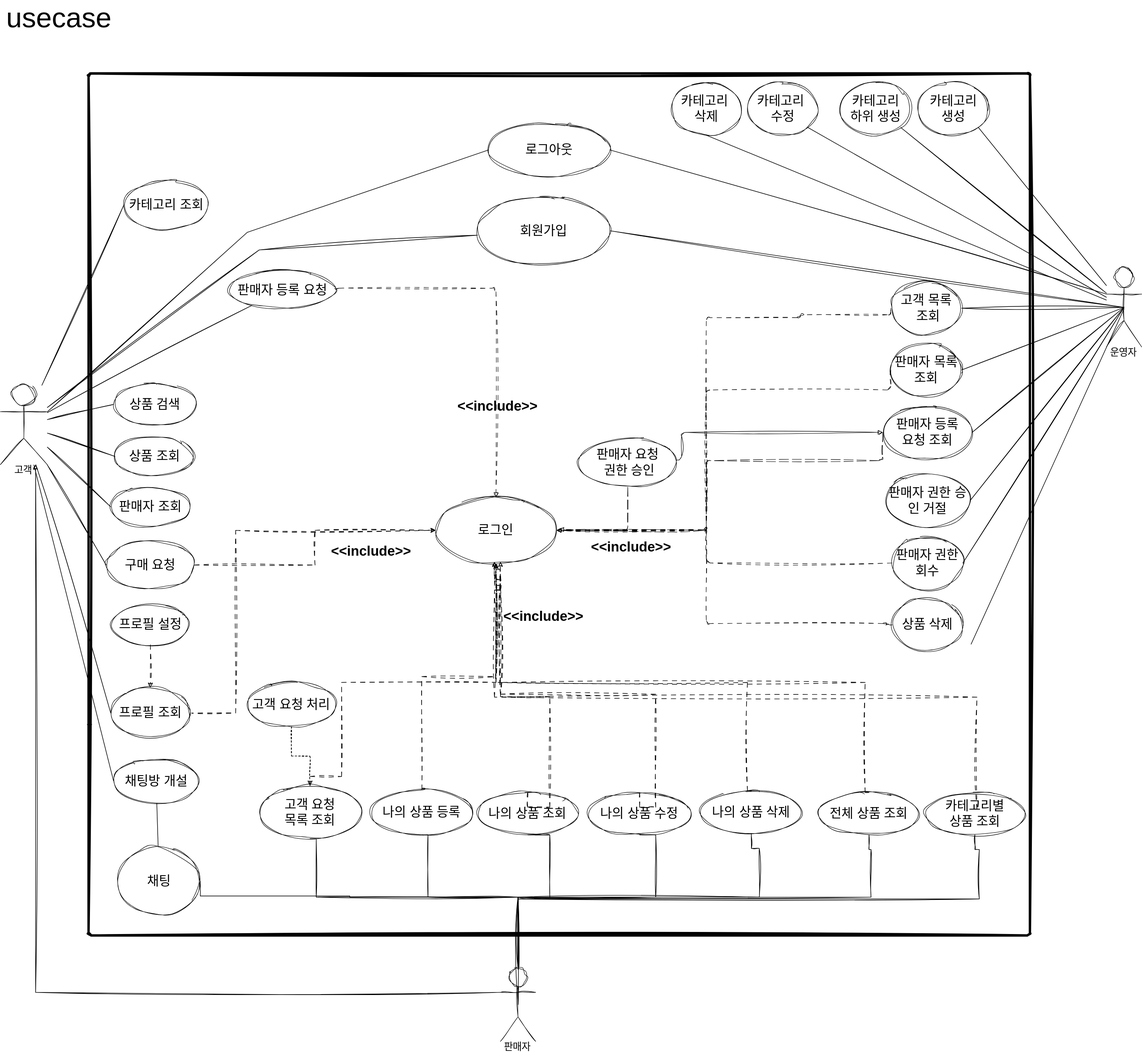
The draw.io diagram document/usecase.drawio.svg in sang-hwann/spring_matchingProject, before a commit. Source tidied: cells renumbered, new cells last; positions are measured from the earlier drawing's top-left corner, leaving out a move shared by most shapes.
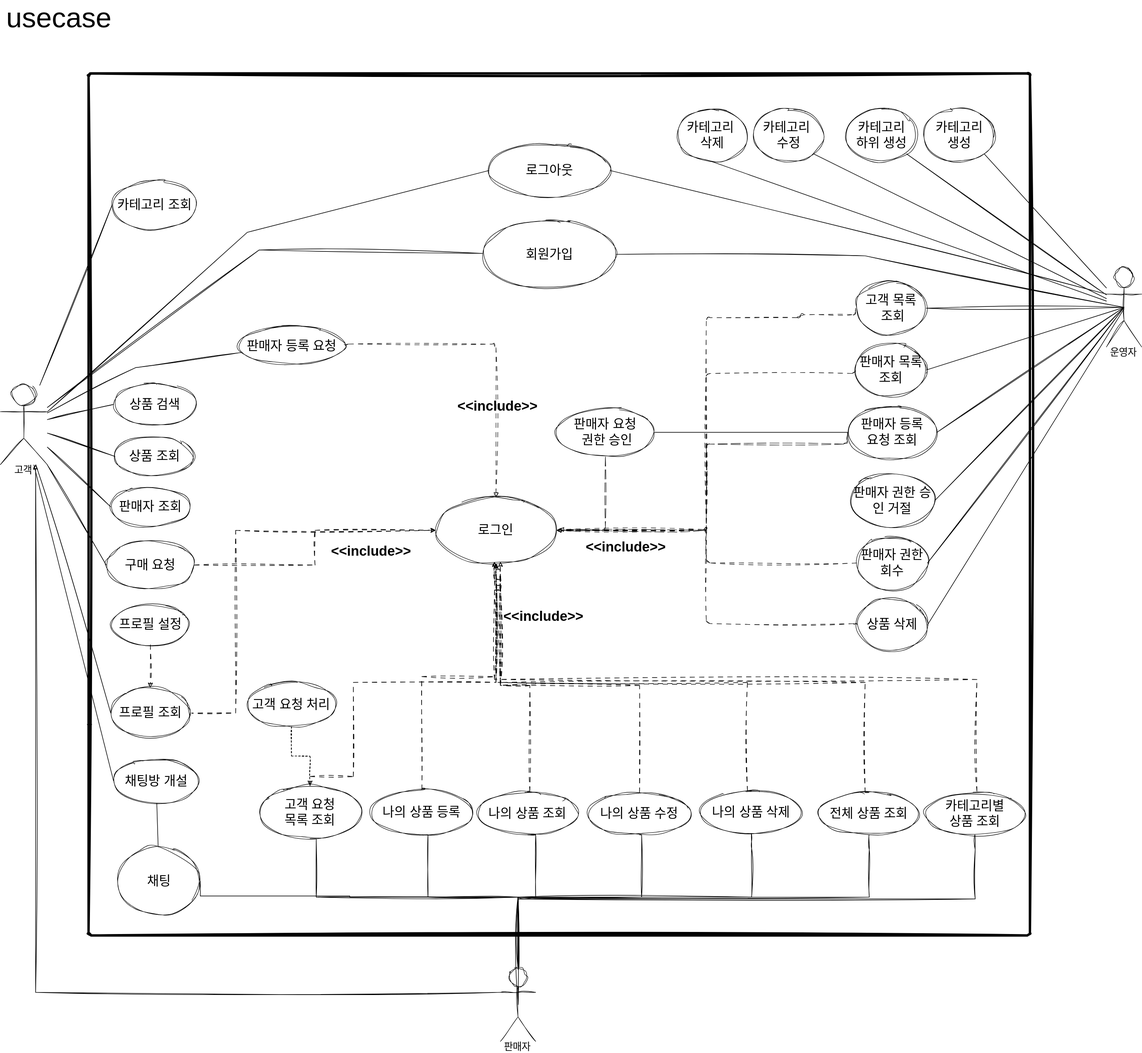
After the change.

Commit message:
usecase.drawio.svg이 수정되었습니다.

Diff of the diagram source:
```diff
@@ -6,26 +6,22 @@
       <mxGeometry x="150" y="110" width="1600" height="1465" as="geometry" />
     </mxCell>
     <mxCell id="3" value="판매자 요청&lt;br&gt;&amp;nbsp;권한 승인" style="html=1;overflow=block;blockSpacing=1;whiteSpace=wrap;ellipse;fontSize=21.8;spacing=3.8;strokeOpacity=100;rounded=1;absoluteArcSize=1;arcSize=9;strokeWidth=0.8;lucidId=w9go.DgoFcjV;sketch=1;curveFitting=1;jiggle=2;labelBackgroundColor=none;" parent="2" vertex="1">
-      <mxGeometry x="833" y="620" width="167" height="82.5" as="geometry" />
+      <mxGeometry x="795" y="568.8" width="167" height="82.5" as="geometry" />
     </mxCell>
+    <mxCell id="98" style="edgeStyle=orthogonalEdgeStyle;rounded=0;jettySize=auto;html=1;entryX=1;entryY=0.5;entryDx=0;entryDy=0;endArrow=none;endFill=0;" parent="2" edge="1" source="4" target="3">
+      <mxGeometry relative="1" as="geometry" />
+    </mxCell>
     <mxCell id="4" value="판매자 등록 &lt;br&gt;요청 조회" style="html=1;overflow=block;blockSpacing=1;whiteSpace=wrap;ellipse;fontSize=21.8;spacing=3.8;strokeOpacity=100;rounded=1;absoluteArcSize=1;arcSize=9;strokeWidth=0.8;lucidId=i9gofLfx3.Ah;sketch=1;curveFitting=1;jiggle=2;labelBackgroundColor=none;" parent="2" vertex="1">
-      <mxGeometry x="1350" y="565" width="152" height="90" as="geometry" />
+      <mxGeometry x="1290" y="565" width="152" height="90" as="geometry" />
     </mxCell>
-    <mxCell id="5" style="html=1;jettySize=18;whiteSpace=wrap;fontSize=13;strokeOpacity=100;strokeWidth=0.8;rounded=1;arcSize=12;edgeStyle=orthogonalEdgeStyle;startArrow=none;endArrow=block;endFill=1;exitX=1;exitY=0.45;exitPerimeter=0;entryX=-0.002;entryY=0.5;entryPerimeter=0;lucidId=2eho5h3H.GRJ;exitDx=0;exitDy=0;entryDx=0;entryDy=0;sketch=1;curveFitting=1;jiggle=2;labelBackgroundColor=none;fontColor=default;" parent="2" edge="1" source="3" target="4">
-      <mxGeometry relative="1" as="geometry">
-        <Array as="points">
-          <mxPoint x="1008" y="658" />
-        </Array>
-      </mxGeometry>
-    </mxCell>
     <mxCell id="6" value="판매자 목록 조회" style="html=1;overflow=block;blockSpacing=1;whiteSpace=wrap;ellipse;fontSize=21.8;spacing=3.8;strokeOpacity=100;rounded=1;absoluteArcSize=1;arcSize=9;strokeWidth=0.8;lucidId=.8gojdtfUw_q;sketch=1;curveFitting=1;jiggle=2;labelBackgroundColor=none;" parent="2" vertex="1">
-      <mxGeometry x="1364" y="459" width="120" height="90" as="geometry" />
+      <mxGeometry x="1304" y="459" width="120" height="90" as="geometry" />
     </mxCell>
     <mxCell id="7" value="고객 목록&lt;br&gt;&amp;nbsp;조회" style="html=1;overflow=block;blockSpacing=1;whiteSpace=wrap;ellipse;fontSize=21.8;spacing=3.8;strokeOpacity=100;rounded=1;absoluteArcSize=1;arcSize=9;strokeWidth=0.8;lucidId=P8goFrlm60lL;sketch=1;curveFitting=1;jiggle=2;labelBackgroundColor=none;" parent="2" vertex="1">
-      <mxGeometry x="1364" y="354" width="120" height="90" as="geometry" />
+      <mxGeometry x="1304" y="354" width="120" height="90" as="geometry" />
     </mxCell>
     <mxCell id="8" value="판매자 권한 회수" style="html=1;overflow=block;blockSpacing=1;whiteSpace=wrap;ellipse;fontSize=21.8;spacing=3.8;strokeOpacity=100;rounded=1;absoluteArcSize=1;arcSize=9;strokeWidth=0.8;lucidId=99goH2fRx0Vz;sketch=1;curveFitting=1;jiggle=2;labelBackgroundColor=none;" parent="2" vertex="1">
-      <mxGeometry x="1366" y="787" width="120" height="90" as="geometry" />
+      <mxGeometry x="1306" y="787" width="120" height="90" as="geometry" />
     </mxCell>
     <mxCell id="9" value="나의 상품 등록" style="html=1;overflow=block;blockSpacing=1;whiteSpace=wrap;ellipse;fontSize=21.8;spacing=3.8;strokeOpacity=100;rounded=1;absoluteArcSize=1;arcSize=9;strokeWidth=0.8;lucidId=z_gopNpAN9gD;sketch=1;curveFitting=1;jiggle=2;labelBackgroundColor=none;" parent="2" vertex="1">
       <mxGeometry x="480" y="1217" width="173" height="77" as="geometry" />
@@ -43,7 +39,7 @@
       <mxGeometry x="290" y="1210.5" width="173" height="90" as="geometry" />
     </mxCell>
     <mxCell id="14" value="회원가입" style="html=1;overflow=block;blockSpacing=1;whiteSpace=wrap;ellipse;fontSize=21.8;spacing=3.8;strokeOpacity=100;rounded=1;absoluteArcSize=1;arcSize=9;strokeWidth=0.8;lucidId=MYgo89UrNag5;sketch=1;curveFitting=1;jiggle=2;labelBackgroundColor=none;" parent="2" vertex="1">
-      <mxGeometry x="660" y="210" width="227" height="115" as="geometry" />
+      <mxGeometry x="670" y="250" width="227" height="115" as="geometry" />
     </mxCell>
     <mxCell id="15" style="edgeStyle=orthogonalEdgeStyle;rounded=0;jettySize=auto;html=1;entryX=0;entryY=0.5;entryDx=0;entryDy=0;dashed=1;sketch=1;curveFitting=1;jiggle=2;labelBackgroundColor=none;fontColor=default;dashPattern=8 8;" parent="2" edge="1" target="19">
       <mxGeometry relative="1" as="geometry">
@@ -79,7 +75,8 @@
     <mxCell id="21" style="html=1;jettySize=18;whiteSpace=wrap;fontSize=13;strokeOpacity=100;dashed=1;fixDash=1;dashPattern=8 8;strokeWidth=0.8;rounded=1;arcSize=12;edgeStyle=orthogonalEdgeStyle;startArrow=none;endArrow=block;endFill=1;exitX=-0.003;exitY=0.5;exitPerimeter=0;entryX=1.003;entryY=0.5;entryPerimeter=0;lucidId=ZahoKSaU9Cmk;sketch=1;curveFitting=1;jiggle=2;labelBackgroundColor=none;fontColor=default;" parent="2" edge="1" source="6" target="19">
       <mxGeometry relative="1" as="geometry">
         <Array as="points">
-          <mxPoint x="1050" y="538" />
+          <mxPoint x="1304" y="510" />
+          <mxPoint x="1050" y="510" />
           <mxPoint x="1050" y="777" />
         </Array>
       </mxGeometry>
@@ -87,7 +84,8 @@
     <mxCell id="22" style="html=1;jettySize=18;whiteSpace=wrap;fontSize=13;strokeOpacity=100;dashed=1;fixDash=1;dashPattern=16 6;strokeWidth=0.8;rounded=1;arcSize=12;edgeStyle=orthogonalEdgeStyle;startArrow=none;endArrow=block;endFill=1;exitX=-0.002;exitY=0.5;exitPerimeter=0;entryX=1.003;entryY=0.5;entryPerimeter=0;lucidId=7ahoiVPfD8ur;sketch=1;curveFitting=1;jiggle=2;labelBackgroundColor=none;fontColor=default;" parent="2" edge="1" source="4" target="19">
       <mxGeometry relative="1" as="geometry">
         <Array as="points">
-          <mxPoint x="1050" y="658" />
+          <mxPoint x="1290" y="630" />
+          <mxPoint x="1050" y="630" />
           <mxPoint x="1050" y="777" />
         </Array>
       </mxGeometry>
@@ -112,8 +110,8 @@
       <mxGeometry relative="1" as="geometry">
         <Array as="points">
           <mxPoint x="377" y="1195" />
-          <mxPoint x="430" y="1195" />
-          <mxPoint x="430" y="1035" />
+          <mxPoint x="450" y="1195" />
+          <mxPoint x="450" y="1035" />
           <mxPoint x="693" y="1035" />
         </Array>
       </mxGeometry>
@@ -132,13 +130,13 @@
       </mxGeometry>
     </mxCell>
     <mxCell id="30" value="판매자 등록 요청&lt;br style=&quot;font-size: 22px;&quot;&gt;" style="ellipse;whiteSpace=wrap;html=1;fontSize=22;fontFamily=Helvetica;verticalAlign=top;spacing=0;rounded=1;arcSize=9;strokeWidth=0.8;spacingTop=16;sketch=1;curveFitting=1;jiggle=2;labelBackgroundColor=none;" parent="2" vertex="1">
-      <mxGeometry x="237.5" y="335" width="182.5" height="65" as="geometry" />
+      <mxGeometry x="253.8" y="430" width="182.5" height="65" as="geometry" />
     </mxCell>
     <mxCell id="31" style="html=1;jettySize=18;whiteSpace=wrap;fontSize=13;strokeOpacity=100;dashed=1;fixDash=1;dashPattern=8 8;strokeWidth=0.8;rounded=1;arcSize=12;edgeStyle=orthogonalEdgeStyle;startArrow=none;endArrow=block;endFill=1;exitX=1;exitY=0.5;lucidId=O~goc6QGYtnt;exitDx=0;exitDy=0;entryX=0.5;entryY=0;entryDx=0;entryDy=0;sketch=1;curveFitting=1;jiggle=2;labelBackgroundColor=none;fontColor=default;" parent="2" edge="1" source="30" target="19">
       <mxGeometry relative="1" as="geometry">
         <Array as="points">
-          <mxPoint x="420" y="365" />
-          <mxPoint x="693" y="365" />
+          <mxPoint x="436" y="460" />
+          <mxPoint x="693" y="460" />
         </Array>
       </mxGeometry>
     </mxCell>
@@ -170,7 +168,7 @@
       <mxGeometry x="45" y="617" width="135" height="68" as="geometry" />
     </mxCell>
     <mxCell id="39" value="로그아웃" style="html=1;overflow=block;blockSpacing=1;whiteSpace=wrap;ellipse;fontSize=21.8;spacing=3.8;strokeOpacity=100;rounded=1;absoluteArcSize=1;arcSize=9;strokeWidth=0.8;lucidId=MYgo89UrNag5;sketch=1;curveFitting=1;jiggle=2;labelBackgroundColor=none;" parent="2" vertex="1">
-      <mxGeometry x="680" y="85" width="206" height="90" as="geometry" />
+      <mxGeometry x="680.5" y="120" width="206" height="90" as="geometry" />
     </mxCell>
     <mxCell id="40" style="edgeStyle=orthogonalEdgeStyle;rounded=0;sketch=1;hachureGap=4;jiggle=2;curveFitting=1;jettySize=auto;html=1;exitX=0.5;exitY=1;exitDx=0;exitDy=0;fontFamily=Architects Daughter;fontSource=https%3A%2F%2Ffonts.googleapis.com%2Fcss%3Ffamily%3DArchitects%2BDaughter;fontSize=16;entryX=0.5;entryY=0;entryDx=0;entryDy=0;dashed=1;dashPattern=8 8;" parent="2" edge="1" source="17" target="16">
       <mxGeometry relative="1" as="geometry" />
@@ -179,22 +177,22 @@
       <mxGeometry x="42.5" y="526.5" width="140" height="72" as="geometry" />
     </mxCell>
     <mxCell id="42" value="판매자 권한 승인 거절" style="html=1;overflow=block;blockSpacing=1;whiteSpace=wrap;ellipse;fontSize=21.8;spacing=3.8;strokeOpacity=100;rounded=1;absoluteArcSize=1;arcSize=9;strokeWidth=0.8;lucidId=99goH2fRx0Vz;sketch=1;curveFitting=1;jiggle=2;labelBackgroundColor=none;" parent="2" vertex="1">
-      <mxGeometry x="1353.2" y="680.5" width="145.5" height="90" as="geometry" />
+      <mxGeometry x="1293.2" y="680.5" width="145.5" height="90" as="geometry" />
     </mxCell>
     <mxCell id="43" value="카테고리 조회" style="html=1;overflow=block;blockSpacing=1;whiteSpace=wrap;ellipse;fontSize=21.8;spacing=3.8;strokeOpacity=100;rounded=1;absoluteArcSize=1;arcSize=9;strokeWidth=0.8;lucidId=B6go~CMVWTHK;sketch=1;curveFitting=1;jiggle=2;labelBackgroundColor=none;" parent="2" vertex="1">
-      <mxGeometry x="60" y="182" width="145" height="83" as="geometry" />
+      <mxGeometry x="40" y="182" width="145" height="83" as="geometry" />
     </mxCell>
     <mxCell id="44" value="카테고리 &lt;br&gt;생성" style="html=1;overflow=block;blockSpacing=1;whiteSpace=wrap;ellipse;fontSize=21.8;spacing=3.8;strokeOpacity=100;rounded=1;absoluteArcSize=1;arcSize=9;strokeWidth=0.8;lucidId=P8goFrlm60lL;sketch=1;curveFitting=1;jiggle=2;labelBackgroundColor=none;" parent="2" vertex="1">
-      <mxGeometry x="1410" y="15" width="120" height="90" as="geometry" />
+      <mxGeometry x="1420" y="60" width="120" height="90" as="geometry" />
     </mxCell>
     <mxCell id="45" value="카테고리&amp;nbsp;&lt;br&gt;수정" style="html=1;overflow=block;blockSpacing=1;whiteSpace=wrap;ellipse;fontSize=21.8;spacing=3.8;strokeOpacity=100;rounded=1;absoluteArcSize=1;arcSize=9;strokeWidth=0.8;lucidId=P8goFrlm60lL;sketch=1;curveFitting=1;jiggle=2;labelBackgroundColor=none;" parent="2" vertex="1">
-      <mxGeometry x="1120" y="15" width="120" height="90" as="geometry" />
+      <mxGeometry x="1130" y="60" width="120" height="90" as="geometry" />
     </mxCell>
     <mxCell id="46" value="카테고리&amp;nbsp;&lt;br&gt;삭제" style="html=1;overflow=block;blockSpacing=1;whiteSpace=wrap;ellipse;fontSize=21.8;spacing=3.8;strokeOpacity=100;rounded=1;absoluteArcSize=1;arcSize=9;strokeWidth=0.8;lucidId=P8goFrlm60lL;sketch=1;curveFitting=1;jiggle=2;labelBackgroundColor=none;" parent="2" vertex="1">
-      <mxGeometry x="990" y="15" width="120" height="90" as="geometry" />
+      <mxGeometry x="1000" y="60" width="120" height="90" as="geometry" />
     </mxCell>
     <mxCell id="47" value="상품 삭제" style="html=1;overflow=block;blockSpacing=1;whiteSpace=wrap;ellipse;fontSize=21.8;spacing=3.8;strokeOpacity=100;rounded=1;absoluteArcSize=1;arcSize=9;strokeWidth=0.8;lucidId=P8goFrlm60lL;sketch=1;curveFitting=1;jiggle=2;labelBackgroundColor=none;" parent="2" vertex="1">
-      <mxGeometry x="1366" y="892" width="120" height="90" as="geometry" />
+      <mxGeometry x="1306" y="892" width="120" height="90" as="geometry" />
     </mxCell>
     <mxCell id="48" value="전체 상품 조회" style="html=1;overflow=block;blockSpacing=1;whiteSpace=wrap;ellipse;fontSize=21.8;spacing=3.8;strokeOpacity=100;rounded=1;absoluteArcSize=1;arcSize=9;strokeWidth=0.8;lucidId=Y_gob0pBp5JC;sketch=1;curveFitting=1;jiggle=2;labelBackgroundColor=none;" parent="2" vertex="1">
       <mxGeometry x="1240" y="1222" width="173" height="72" as="geometry" />
@@ -203,7 +201,7 @@
       <mxGeometry x="1420" y="1222" width="173" height="72" as="geometry" />
     </mxCell>
     <mxCell id="50" value="카테고리 &lt;br&gt;하위 생성" style="html=1;overflow=block;blockSpacing=1;whiteSpace=wrap;ellipse;fontSize=21.8;spacing=3.8;strokeOpacity=100;rounded=1;absoluteArcSize=1;arcSize=9;strokeWidth=0.8;lucidId=P8goFrlm60lL;sketch=1;curveFitting=1;jiggle=2;labelBackgroundColor=none;" parent="2" vertex="1">
-      <mxGeometry x="1278" y="15" width="120" height="90" as="geometry" />
+      <mxGeometry x="1288" y="60" width="120" height="90" as="geometry" />
     </mxCell>
     <mxCell id="51" value="채팅방 개설" style="html=1;overflow=block;blockSpacing=1;whiteSpace=wrap;ellipse;fontSize=21.8;spacing=3.8;strokeOpacity=100;rounded=1;absoluteArcSize=1;arcSize=9;strokeWidth=0.8;lucidId=B6go~CMVWTHK;sketch=1;curveFitting=1;jiggle=2;labelBackgroundColor=none;" parent="2" vertex="1">
       <mxGeometry x="42.5" y="1165" width="145" height="75" as="geometry" />
@@ -229,8 +227,7 @@
       <mxGeometry relative="1" as="geometry">
         <mxPoint x="800" y="775" as="targetPoint" />
         <Array as="points">
-          <mxPoint x="1356" y="937" />
-          <mxPoint x="1356" y="935" />
+          <mxPoint x="1306" y="935" />
           <mxPoint x="1050" y="935" />
           <mxPoint x="1050" y="775" />
         </Array>
@@ -256,7 +253,8 @@
       <mxGeometry relative="1" as="geometry">
         <Array as="points">
           <mxPoint x="880" y="1510" />
-          <mxPoint x="934" y="1510" />
+          <mxPoint x="910" y="1510" />
+          <mxPoint x="910" y="1404" />
         </Array>
       </mxGeometry>
     </mxCell>
@@ -292,7 +290,11 @@
       </mxGeometry>
     </mxCell>
     <mxCell id="66" style="edgeStyle=none;rounded=0;jettySize=auto;html=1;fontSize=18;endArrow=none;endFill=0;sketch=1;curveFitting=1;jiggle=2;labelBackgroundColor=none;fontColor=default;" parent="1" edge="1" source="71" target="30">
-      <mxGeometry relative="1" as="geometry" />
+      <mxGeometry relative="1" as="geometry">
+        <Array as="points">
+          <mxPoint x="230" y="610" />
+        </Array>
+      </mxGeometry>
     </mxCell>
     <mxCell id="67" style="edgeStyle=orthogonalEdgeStyle;rounded=0;jettySize=auto;html=1;endArrow=classic;endFill=1;exitX=0;exitY=0.3333333333333333;exitDx=0;exitDy=0;exitPerimeter=0;sketch=1;curveFitting=1;jiggle=2;labelBackgroundColor=none;fontColor=default;" parent="1" edge="1" source="60" target="71">
       <mxGeometry relative="1" as="geometry">
@@ -326,12 +328,15 @@
       <mxGeometry relative="1" as="geometry" />
     </mxCell>
     <mxCell id="76" style="edgeStyle=none;rounded=0;jettySize=auto;html=1;entryX=1;entryY=0.5;entryDx=0;entryDy=0;endArrow=none;endFill=0;sketch=1;curveFitting=1;jiggle=2;labelBackgroundColor=none;fontColor=default;exitX=0.5;exitY=0.5;exitDx=0;exitDy=0;exitPerimeter=0;" parent="1" edge="1" source="82" target="14">
-      <mxGeometry relative="1" as="geometry" />
+      <mxGeometry relative="1" as="geometry">
+        <Array as="points">
+          <mxPoint x="1470" y="420" />
+        </Array>
+      </mxGeometry>
     </mxCell>
-    <mxCell id="77" style="edgeStyle=none;rounded=0;sketch=1;orthogonalLoop=1;jettySize=auto;html=1;endArrow=none;endFill=0;" parent="1" edge="1">
+    <mxCell id="77" style="edgeStyle=none;rounded=0;sketch=1;jettySize=auto;html=1;endArrow=none;endFill=0;entryX=1;entryY=0.5;entryDx=0;entryDy=0;" parent="1" edge="1" target="47">
       <mxGeometry relative="1" as="geometry">
         <mxPoint x="1910" y="510" as="sourcePoint" />
-        <mxPoint x="1650" y="1080" as="targetPoint" />
       </mxGeometry>
     </mxCell>
     <mxCell id="78" style="edgeStyle=none;rounded=0;sketch=1;jettySize=auto;html=1;entryX=0.5;entryY=1;entryDx=0;entryDy=0;endArrow=none;endFill=0;" parent="1" edge="1" source="82" target="46">
@@ -368,10 +373,12 @@
       <mxGeometry relative="1" as="geometry">
         <mxPoint x="840" y="940" as="targetPoint" />
         <Array as="points">
-          <mxPoint x="934" y="1357" />
-          <mxPoint x="934" y="1169" />
-          <mxPoint x="850" y="1169" />
+          <mxPoint x="897" y="1330" />
+          <mxPoint x="900" y="1330" />
+          <mxPoint x="900" y="1150" />
+          <mxPoint x="850" y="1150" />
           <mxPoint x="850" y="980" />
+          <mxPoint x="840" y="980" />
         </Array>
       </mxGeometry>
     </mxCell>
@@ -379,10 +386,8 @@
       <mxGeometry relative="1" as="geometry">
         <mxPoint x="840" y="940" as="targetPoint" />
         <Array as="points">
-          <mxPoint x="1087" y="1357" />
-          <mxPoint x="1114" y="1357" />
-          <mxPoint x="1114" y="1165" />
-          <mxPoint x="850" y="1165" />
+          <mxPoint x="1087" y="1150" />
+          <mxPoint x="850" y="1150" />
           <mxPoint x="850" y="970" />
           <mxPoint x="840" y="970" />
         </Array>
@@ -392,8 +397,8 @@
       <mxGeometry relative="1" as="geometry">
         <Array as="points">
           <mxPoint x="880" y="1510" />
-          <mxPoint x="1290" y="1510" />
-          <mxPoint x="1290" y="1427" />
+          <mxPoint x="1277" y="1510" />
+          <mxPoint x="1277" y="1427" />
         </Array>
       </mxGeometry>
     </mxCell>
@@ -402,7 +407,8 @@
         <mxPoint x="880" y="1600" as="sourcePoint" />
         <Array as="points">
           <mxPoint x="880" y="1510" />
-          <mxPoint x="1114" y="1510" />
+          <mxPoint x="1090" y="1510" />
+          <mxPoint x="1090" y="1404" />
         </Array>
       </mxGeometry>
     </mxCell>
@@ -427,8 +433,8 @@
         <mxPoint x="880" y="1630" as="sourcePoint" />
         <Array as="points">
           <mxPoint x="880" y="1510" />
-          <mxPoint x="1480" y="1510" />
-          <mxPoint x="1480" y="1429" />
+          <mxPoint x="1477" y="1510" />
+          <mxPoint x="1477" y="1429" />
         </Array>
       </mxGeometry>
     </mxCell>
@@ -437,18 +443,18 @@
         <mxPoint x="880" y="1633" as="sourcePoint" />
         <Array as="points">
           <mxPoint x="880" y="1513" />
-          <mxPoint x="1664" y="1513" />
-          <mxPoint x="1664" y="1429" />
+          <mxPoint x="1657" y="1513" />
+          <mxPoint x="1657" y="1429" />
         </Array>
       </mxGeometry>
     </mxCell>
     <mxCell id="96" style="edgeStyle=orthogonalEdgeStyle;rounded=0;orthogonalLoop=1;jettySize=auto;html=1;dashed=1;sketch=1;curveFitting=1;jiggle=2;labelBackgroundColor=none;fontColor=default;dashPattern=8 8;" parent="1" edge="1">
       <mxGeometry relative="1" as="geometry">
-        <mxPoint x="1660" y="1360" as="sourcePoint" />
+        <mxPoint x="1660" y="1330" as="sourcePoint" />
         <mxPoint x="850" y="940" as="targetPoint" />
         <Array as="points">
-          <mxPoint x="1660" y="1170" />
-          <mxPoint x="840" y="1170" />
+          <mxPoint x="1660" y="1140" />
+          <mxPoint x="840" y="1140" />
           <mxPoint x="840" y="988" />
           <mxPoint x="850" y="988" />
         </Array>
```
